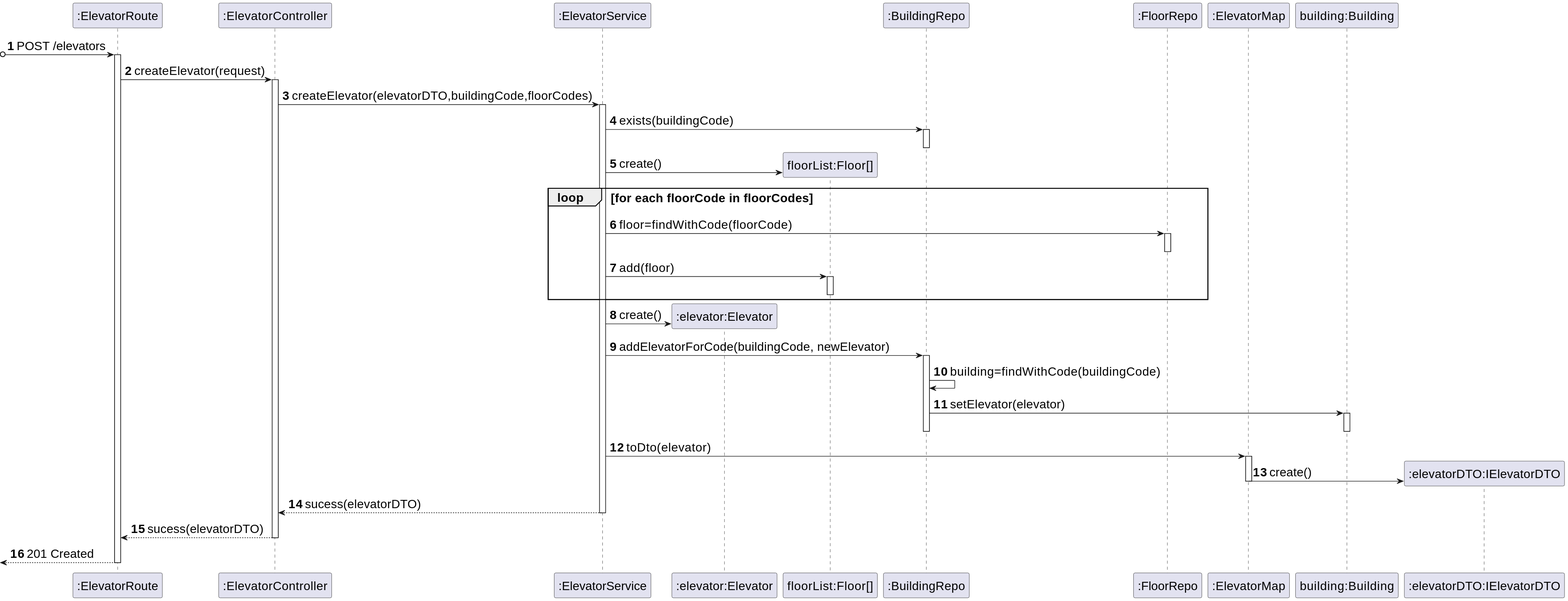
Before: _wiki/sprint-a/us13-270/views/level-3/assets/process-view.svg, a diagram exported from PlantUML (miseEnPlace-dev/lapr5).
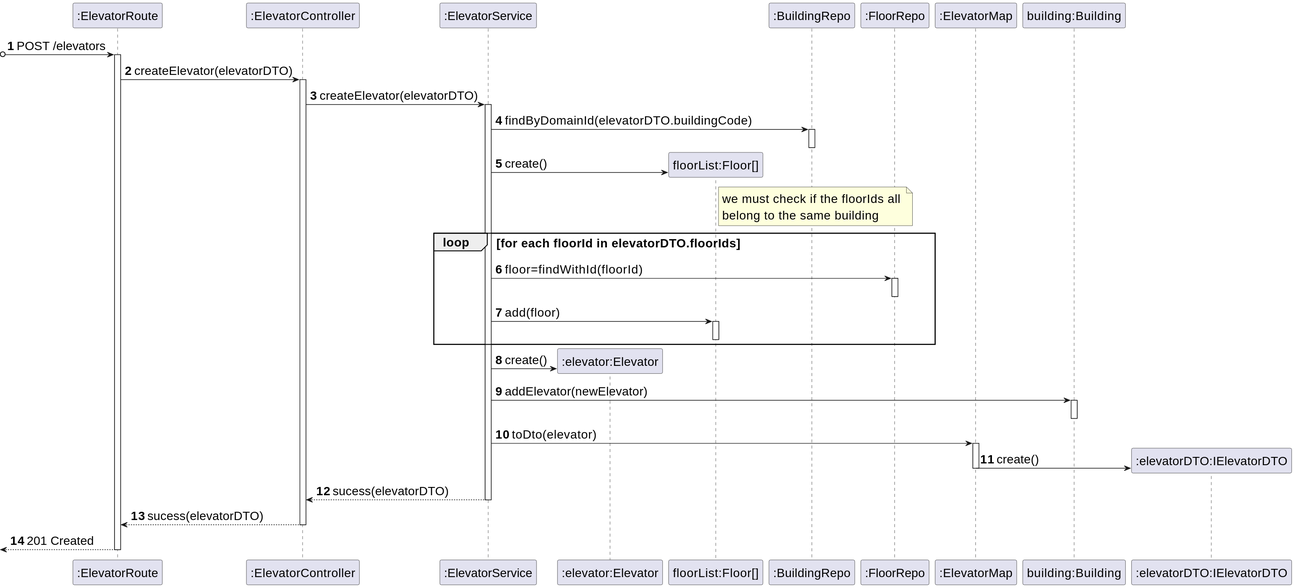
Above is the later version.

Change to the diagram source:
```diff
@@ -15,16 +15,20 @@
 ?o-> ROUTE : POST /elevators
 activate ROUTE
 
-ROUTE -> CTRL : createElevator(request)
+ROUTE -> CTRL : createElevator(elevatorDTO)
 activate CTRL
-CTRL -> SRV : createElevator(elevatorDTO,buildingCode,floorCodes)
+CTRL -> SRV : createElevator(elevatorDTO)
 activate SRV
-SRV -> BREPO : exists(buildingCode)
+SRV -> BREPO : findByDomainId(elevatorDTO.buildingCode)
 activate BREPO
 deactivate BREPO
 SRV -> FLIST** : create()
-loop for each floorCode in floorCodes
-  SRV -> FREPO : floor=findWithCode(floorCode)
+note right of FLIST
+  we must check if the floorIds all
+  belong to the same building
+end note
+loop for each floorId in elevatorDTO.floorIds
+  SRV -> FREPO : floor=findWithId(floorId)
   activate FREPO
   deactivate FREPO
   SRV -> FLIST : add(floor)
@@ -32,13 +36,9 @@
   deactivate FLIST
 end
 SRV -> ELEV** : create()
-SRV -> BREPO : addElevatorForCode(buildingCode, newElevator)
-activate BREPO
-BREPO -> BREPO: building=findWithCode(buildingCode)
-BREPO -> BUILD : setElevator(elevator)
+SRV -> BUILD : addElevator(newElevator)
 activate BUILD
 deactivate BUILD
-deactivate BREPO
 SRV -> MAP : toDto(elevator)
 activate MAP
 MAP -> DTO** : create()
```
